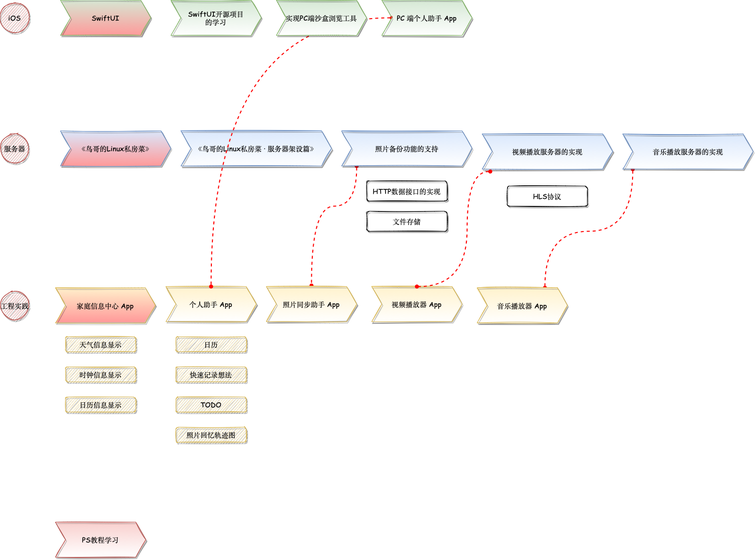
Earlier version of the draw.io export road_map.drawio.png (fengtianyu-yolo/MagicBox). Source tidied: cells renumbered, new cells last; positions are measured from the earlier drawing's top-left corner, leaving out a move shared by most shapes.
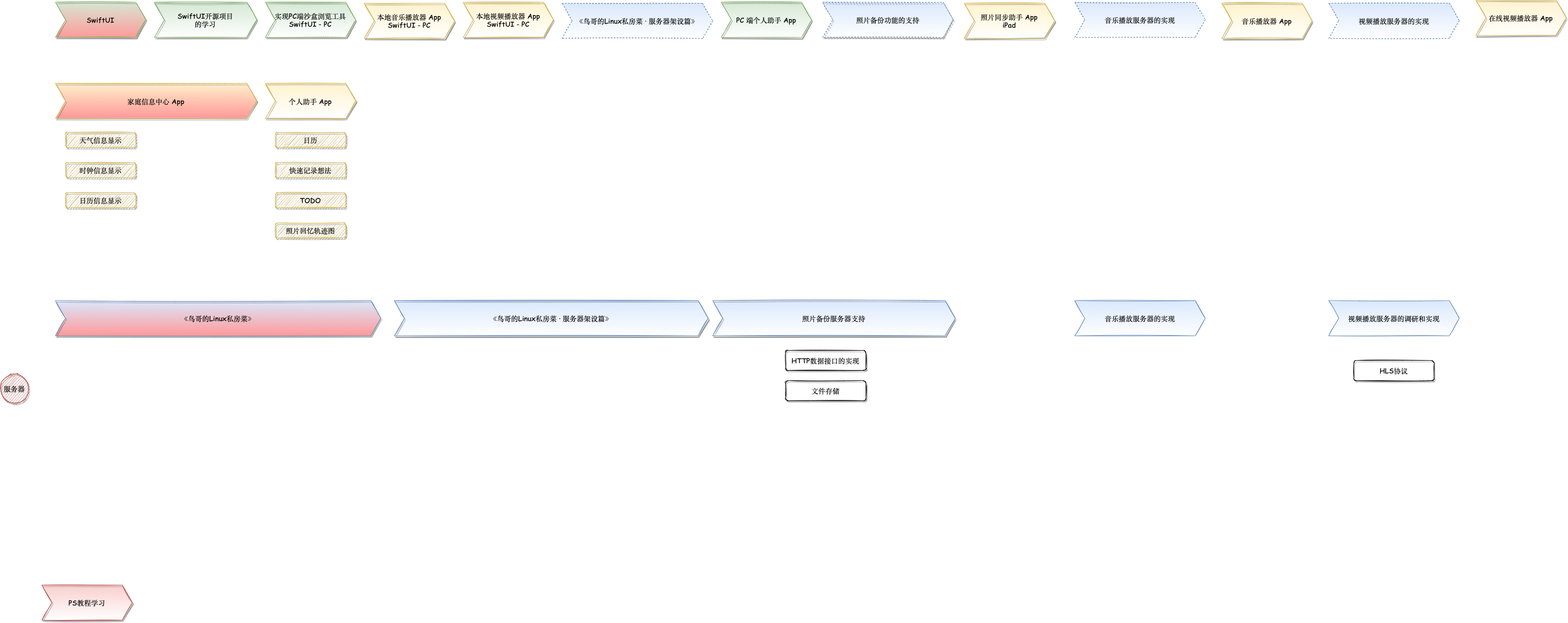
Later version of the same file.

The edit, as a diff of the source:
```diff
@@ -3,115 +3,100 @@
     <mxCell id="0" />
     <mxCell id="1" parent="0" />
     <mxCell id="2" value="SwiftUI" style="shape=step;perimeter=stepPerimeter;whiteSpace=wrap;html=1;fixedSize=1;fontFamily=Comic Sans MS;fillColor=#d5e8d4;strokeColor=#82b366;shadow=1;sketch=1;rounded=0;gradientColor=#FF9999;fontSize=14;labelBackgroundColor=none;labelBorderColor=none;" parent="1" vertex="1">
-      <mxGeometry x="120" width="180" height="70" as="geometry" />
+      <mxGeometry x="110" y="204" width="180" height="70" as="geometry" />
     </mxCell>
     <mxCell id="3" value="《鸟哥的Linux私房菜》" style="shape=step;perimeter=stepPerimeter;whiteSpace=wrap;html=1;fixedSize=1;fontFamily=Comic Sans MS;fillColor=#dae8fc;strokeColor=#6c8ebf;shadow=1;sketch=1;rounded=0;gradientColor=#FF9999;fontSize=14;" parent="1" vertex="1">
-      <mxGeometry x="120" y="260" width="220" height="70" as="geometry" />
+      <mxGeometry x="110" y="798" width="648" height="70" as="geometry" />
     </mxCell>
     <mxCell id="4" value="《鸟哥的Linux私房菜 · 服务器架设篇》" style="shape=step;perimeter=stepPerimeter;whiteSpace=wrap;html=1;fixedSize=1;fontFamily=Comic Sans MS;fillColor=#dae8fc;strokeColor=#6c8ebf;shadow=1;sketch=1;rounded=0;gradientColor=#ffffff;fontSize=14;" parent="1" vertex="1">
-      <mxGeometry x="360" y="260" width="300" height="70" as="geometry" />
+      <mxGeometry x="785" y="798" width="625" height="70" as="geometry" />
     </mxCell>
     <mxCell id="5" value="家庭信息中心 App" style="shape=step;perimeter=stepPerimeter;whiteSpace=wrap;html=1;fixedSize=1;fontFamily=Comic Sans MS;fillColor=#fff2cc;strokeColor=#d6b656;shadow=1;sketch=1;rounded=0;fontSize=14;gradientColor=#FF9999;" parent="1" vertex="1">
-      <mxGeometry x="110" y="572.5" width="199" height="70" as="geometry" />
+      <mxGeometry x="110" y="365.5" width="401" height="70" as="geometry" />
     </mxCell>
-    <mxCell id="6" value="工程实践" style="ellipse;whiteSpace=wrap;html=1;rounded=0;shadow=1;sketch=1;fontFamily=Comic Sans MS;fontSize=14;fillColor=#f8cecc;strokeColor=#b85450;" parent="1" vertex="1">
-      <mxGeometry y="578.8" width="57.5" height="57.5" as="geometry" />
-    </mxCell>
     <mxCell id="7" value="个人助手 App" style="shape=step;perimeter=stepPerimeter;whiteSpace=wrap;html=1;fixedSize=1;fontFamily=Comic Sans MS;fillColor=#fff2cc;strokeColor=#d6b656;shadow=1;sketch=1;rounded=0;fontSize=14;gradientColor=#ffffff;" parent="1" vertex="1">
-      <mxGeometry x="330" y="570" width="180" height="70" as="geometry" />
+      <mxGeometry x="528" y="365.5" width="180" height="70" as="geometry" />
     </mxCell>
     <mxCell id="8" value="服务器" style="ellipse;whiteSpace=wrap;html=1;rounded=0;shadow=1;sketch=1;fontFamily=Comic Sans MS;fontSize=14;fillColor=#f8cecc;strokeColor=#b85450;" parent="1" vertex="1">
-      <mxGeometry y="266.2" width="57.5" height="57.5" as="geometry" />
+      <mxGeometry y="944.2" width="57.5" height="57.5" as="geometry" />
     </mxCell>
-    <mxCell id="9" value="iOS" style="ellipse;whiteSpace=wrap;html=1;rounded=0;shadow=1;sketch=1;fontFamily=Comic Sans MS;fontSize=14;fillColor=#f8cecc;strokeColor=#b85450;" parent="1" vertex="1">
-      <mxGeometry y="6.2" width="57.5" height="57.5" as="geometry" />
-    </mxCell>
-    <mxCell id="10" style="edgeStyle=orthogonalEdgeStyle;rounded=0;jettySize=auto;html=1;fontFamily=Comic Sans MS;fontSize=14;curved=1;endArrow=oval;endFill=1;startArrow=oval;startFill=1;targetPerimeterSpacing=2;dashed=1;strokeWidth=2;strokeColor=#FF0000;" parent="1" edge="1" source="11" target="12">
-      <mxGeometry relative="1" as="geometry">
-        <Array as="points">
-          <mxPoint x="710" y="410" />
-          <mxPoint x="620" y="410" />
-        </Array>
-      </mxGeometry>
-    </mxCell>
-    <mxCell id="11" value="照片备份功能的支持" style="shape=step;perimeter=stepPerimeter;whiteSpace=wrap;html=1;fixedSize=1;fontFamily=Comic Sans MS;fillColor=#dae8fc;strokeColor=#6c8ebf;shadow=1;sketch=1;rounded=0;gradientColor=#ffffff;fontSize=14;" parent="1" vertex="1">
-      <mxGeometry x="680" y="260" width="260" height="70" as="geometry" />
+    <mxCell id="11" value="照片备份功能的支持" style="shape=step;perimeter=stepPerimeter;whiteSpace=wrap;html=1;fixedSize=1;fontFamily=Comic Sans MS;fillColor=#dae8fc;strokeColor=#6c8ebf;shadow=1;sketch=1;rounded=0;gradientColor=#ffffff;fontSize=14;dashed=1;" parent="1" vertex="1">
+      <mxGeometry x="1638" y="204" width="260" height="70" as="geometry" />
     </mxCell>
-    <mxCell id="12" value="照片同步助手 App" style="shape=step;perimeter=stepPerimeter;whiteSpace=wrap;html=1;fixedSize=1;fontFamily=Comic Sans MS;fillColor=#fff2cc;strokeColor=#d6b656;shadow=1;sketch=1;rounded=0;fontSize=14;gradientColor=#ffffff;" parent="1" vertex="1">
-      <mxGeometry x="530" y="570" width="180" height="70" as="geometry" />
+    <mxCell id="12" value="照片同步助手 App&lt;br&gt;iPad" style="shape=step;perimeter=stepPerimeter;whiteSpace=wrap;html=1;fixedSize=1;fontFamily=Comic Sans MS;fillColor=#fff2cc;strokeColor=#d6b656;shadow=1;sketch=1;rounded=0;fontSize=14;gradientColor=#ffffff;" parent="1" vertex="1">
+      <mxGeometry x="1920" y="206" width="180" height="70" as="geometry" />
     </mxCell>
     <mxCell id="13" value="文件存储" style="rounded=1;whiteSpace=wrap;html=1;shadow=1;glass=0;sketch=1;fontFamily=Comic Sans MS;fontSize=14;gradientColor=#ffffff;" parent="1" vertex="1">
-      <mxGeometry x="730" y="420" width="160" height="40" as="geometry" />
+      <mxGeometry x="1564" y="957" width="160" height="40" as="geometry" />
     </mxCell>
     <mxCell id="14" value="HTTP数据接口的实现" style="rounded=1;whiteSpace=wrap;html=1;shadow=1;glass=0;sketch=1;fontFamily=Comic Sans MS;fontSize=14;gradientColor=#ffffff;" parent="1" vertex="1">
-      <mxGeometry x="730" y="360" width="160" height="40" as="geometry" />
+      <mxGeometry x="1564" y="897" width="160" height="40" as="geometry" />
     </mxCell>
-    <mxCell id="15" value="视频播放服务器的实现" style="shape=step;perimeter=stepPerimeter;whiteSpace=wrap;html=1;fixedSize=1;fontFamily=Comic Sans MS;fillColor=#dae8fc;strokeColor=#6c8ebf;shadow=1;sketch=1;rounded=0;gradientColor=#ffffff;fontSize=14;" parent="1" vertex="1">
-      <mxGeometry x="960" y="266.2" width="260" height="70" as="geometry" />
+    <mxCell id="15" value="视频播放服务器的实现" style="shape=step;perimeter=stepPerimeter;whiteSpace=wrap;html=1;fixedSize=1;fontFamily=Comic Sans MS;fillColor=#dae8fc;strokeColor=#6c8ebf;shadow=0;sketch=1;rounded=0;gradientColor=#ffffff;fontSize=14;dashed=1;" parent="1" vertex="1">
+      <mxGeometry x="2646" y="206" width="260" height="70" as="geometry" />
     </mxCell>
     <mxCell id="16" value="HLS协议" style="rounded=1;whiteSpace=wrap;html=1;shadow=1;glass=0;sketch=1;fontFamily=Comic Sans MS;fontSize=14;gradientColor=#ffffff;" parent="1" vertex="1">
-      <mxGeometry x="1010" y="370" width="160" height="40" as="geometry" />
+      <mxGeometry x="2696" y="917" width="160" height="40" as="geometry" />
     </mxCell>
     <mxCell id="17" value="天气信息显示" style="rounded=1;whiteSpace=wrap;html=1;shadow=1;glass=0;sketch=1;fontFamily=Comic Sans MS;fontSize=14;fillColor=#fff2cc;strokeColor=#d6b656;" parent="1" vertex="1">
-      <mxGeometry x="130" y="670" width="140" height="30" as="geometry" />
+      <mxGeometry x="130" y="463" width="140" height="30" as="geometry" />
     </mxCell>
     <mxCell id="18" value="时钟信息显示" style="rounded=1;whiteSpace=wrap;html=1;shadow=1;glass=0;sketch=1;fontFamily=Comic Sans MS;fontSize=14;fillColor=#fff2cc;strokeColor=#d6b656;" parent="1" vertex="1">
-      <mxGeometry x="130" y="730" width="140" height="30" as="geometry" />
+      <mxGeometry x="130" y="523" width="140" height="30" as="geometry" />
     </mxCell>
     <mxCell id="19" value="日历信息显示" style="rounded=1;whiteSpace=wrap;html=1;shadow=1;glass=0;sketch=1;fontFamily=Comic Sans MS;fontSize=14;fillColor=#fff2cc;strokeColor=#d6b656;" parent="1" vertex="1">
-      <mxGeometry x="130" y="790" width="140" height="30" as="geometry" />
+      <mxGeometry x="130" y="583" width="140" height="30" as="geometry" />
     </mxCell>
     <mxCell id="20" value="日历" style="rounded=1;whiteSpace=wrap;html=1;shadow=1;glass=0;sketch=1;fontFamily=Comic Sans MS;fontSize=14;fillColor=#fff2cc;strokeColor=#d6b656;" parent="1" vertex="1">
-      <mxGeometry x="350" y="670" width="140" height="30" as="geometry" />
+      <mxGeometry x="548" y="463" width="140" height="30" as="geometry" />
     </mxCell>
     <mxCell id="21" value="快速记录想法" style="rounded=1;whiteSpace=wrap;html=1;shadow=1;glass=0;sketch=1;fontFamily=Comic Sans MS;fontSize=14;fillColor=#fff2cc;strokeColor=#d6b656;" parent="1" vertex="1">
-      <mxGeometry x="350" y="730" width="140" height="30" as="geometry" />
+      <mxGeometry x="548" y="523" width="140" height="30" as="geometry" />
     </mxCell>
     <mxCell id="22" value="TODO" style="rounded=1;whiteSpace=wrap;html=1;shadow=1;glass=0;sketch=1;fontFamily=Comic Sans MS;fontSize=14;fillColor=#fff2cc;strokeColor=#d6b656;" parent="1" vertex="1">
-      <mxGeometry x="350" y="790" width="140" height="30" as="geometry" />
+      <mxGeometry x="548" y="583" width="140" height="30" as="geometry" />
     </mxCell>
     <mxCell id="23" value="照片回忆轨迹图" style="rounded=1;whiteSpace=wrap;html=1;shadow=1;glass=0;sketch=1;fontFamily=Comic Sans MS;fontSize=14;fillColor=#fff2cc;strokeColor=#d6b656;" parent="1" vertex="1">
-      <mxGeometry x="350" y="850" width="140" height="30" as="geometry" />
+      <mxGeometry x="548" y="643" width="140" height="30" as="geometry" />
     </mxCell>
-    <mxCell id="24" value="视频播放器 App" style="shape=step;perimeter=stepPerimeter;whiteSpace=wrap;html=1;fixedSize=1;fontFamily=Comic Sans MS;fillColor=#fff2cc;strokeColor=#d6b656;shadow=1;sketch=1;rounded=0;fontSize=14;gradientColor=#ffffff;" parent="1" vertex="1">
-      <mxGeometry x="740" y="570" width="180" height="70" as="geometry" />
+    <mxCell id="24" value="在线视频播放器 App" style="shape=step;perimeter=stepPerimeter;whiteSpace=wrap;html=1;fixedSize=1;fontFamily=Comic Sans MS;fillColor=#fff2cc;strokeColor=#d6b656;shadow=1;sketch=1;rounded=0;fontSize=14;gradientColor=#ffffff;" parent="1" vertex="1">
+      <mxGeometry x="2939" y="200" width="180" height="70" as="geometry" />
     </mxCell>
-    <mxCell id="25" style="edgeStyle=orthogonalEdgeStyle;rounded=0;jettySize=auto;html=1;fontFamily=Comic Sans MS;fontSize=14;curved=1;endArrow=oval;endFill=1;startArrow=oval;startFill=1;targetPerimeterSpacing=2;dashed=1;strokeWidth=2;strokeColor=#FF0000;entryX=0.5;entryY=0;entryDx=0;entryDy=0;exitX=0.062;exitY=1.068;exitDx=0;exitDy=0;exitPerimeter=0;" parent="1" edge="1" source="15" target="24">
-      <mxGeometry relative="1" as="geometry">
-        <Array as="points">
-          <mxPoint x="930" y="341" />
-          <mxPoint x="930" y="570" />
-        </Array>
-      </mxGeometry>
-    </mxCell>
-    <mxCell id="26" style="edgeStyle=orthogonalEdgeStyle;curved=1;rounded=0;jettySize=auto;html=1;entryX=0.5;entryY=0;entryDx=0;entryDy=0;dashed=1;fontFamily=Comic Sans MS;fontSize=14;startArrow=oval;startFill=1;endArrow=oval;endFill=1;targetPerimeterSpacing=2;strokeColor=#FF0000;strokeWidth=2;" parent="1" edge="1" source="27" target="7">
-      <mxGeometry relative="1" as="geometry" />
-    </mxCell>
     <mxCell id="27" value="PC 端个人助手 App" style="shape=step;perimeter=stepPerimeter;whiteSpace=wrap;html=1;fixedSize=1;fontFamily=Comic Sans MS;fillColor=#d5e8d4;strokeColor=#82b366;shadow=1;sketch=1;rounded=0;gradientColor=#ffffff;fontSize=14;" parent="1" vertex="1">
-      <mxGeometry x="760" width="180" height="70" as="geometry" />
+      <mxGeometry x="1436" y="204" width="180" height="70" as="geometry" />
     </mxCell>
-    <mxCell id="28" style="edgeStyle=orthogonalEdgeStyle;curved=1;rounded=0;jettySize=auto;html=1;entryX=0.75;entryY=0;entryDx=0;entryDy=0;dashed=1;fontFamily=Comic Sans MS;fontSize=14;startArrow=oval;startFill=1;endArrow=oval;endFill=1;targetPerimeterSpacing=2;strokeColor=#FF0000;strokeWidth=2;" parent="1" edge="1" source="29" target="30">
-      <mxGeometry relative="1" as="geometry">
-        <Array as="points">
-          <mxPoint x="1260" y="460" />
-          <mxPoint x="1085" y="460" />
-        </Array>
-      </mxGeometry>
-    </mxCell>
-    <mxCell id="29" value="音乐播放服务器的实现" style="shape=step;perimeter=stepPerimeter;whiteSpace=wrap;html=1;fixedSize=1;fontFamily=Comic Sans MS;fillColor=#dae8fc;strokeColor=#6c8ebf;shadow=1;sketch=1;rounded=0;gradientColor=#ffffff;fontSize=14;" parent="1" vertex="1">
-      <mxGeometry x="1240" y="266.2" width="260" height="70" as="geometry" />
+    <mxCell id="29" value="音乐播放服务器的实现" style="shape=step;perimeter=stepPerimeter;whiteSpace=wrap;html=1;fixedSize=1;fontFamily=Comic Sans MS;fillColor=#dae8fc;strokeColor=#6c8ebf;shadow=0;sketch=1;rounded=0;gradientColor=#ffffff;fontSize=14;dashed=1;" parent="1" vertex="1">
+      <mxGeometry x="2140" y="204" width="260" height="70" as="geometry" />
     </mxCell>
     <mxCell id="30" value="音乐播放器 App" style="shape=step;perimeter=stepPerimeter;whiteSpace=wrap;html=1;fixedSize=1;fontFamily=Comic Sans MS;fillColor=#fff2cc;strokeColor=#d6b656;shadow=1;sketch=1;rounded=0;fontSize=14;gradientColor=#ffffff;" parent="1" vertex="1">
-      <mxGeometry x="950" y="572.5" width="180" height="70" as="geometry" />
+      <mxGeometry x="2433" y="206" width="180" height="70" as="geometry" />
     </mxCell>
     <mxCell id="31" value="PS教程学习" style="shape=step;perimeter=stepPerimeter;whiteSpace=wrap;html=1;fixedSize=1;fontFamily=Comic Sans MS;fillColor=#f8cecc;strokeColor=#b85450;shadow=1;sketch=1;rounded=0;fontSize=14;gradientColor=#ffffff;" parent="1" vertex="1">
-      <mxGeometry x="110" y="1039" width="180" height="70" as="geometry" />
+      <mxGeometry x="83" y="1364" width="180" height="70" as="geometry" />
     </mxCell>
     <mxCell id="32" value="SwiftUI开源项目&lt;br&gt;的学习" style="shape=step;perimeter=stepPerimeter;whiteSpace=wrap;html=1;fixedSize=1;fontFamily=Comic Sans MS;fillColor=#d5e8d4;strokeColor=#82b366;shadow=1;sketch=1;rounded=0;gradientColor=#ffffff;fontSize=14;" parent="1" vertex="1">
-      <mxGeometry x="340" width="180" height="70" as="geometry" />
+      <mxGeometry x="307" y="204" width="204" height="70" as="geometry" />
     </mxCell>
-    <mxCell id="33" value="实现PC端沙盒浏览工具" style="shape=step;perimeter=stepPerimeter;whiteSpace=wrap;html=1;fixedSize=1;fontFamily=Comic Sans MS;fillColor=#d5e8d4;strokeColor=#82b366;shadow=1;sketch=1;rounded=0;gradientColor=#ffffff;fontSize=14;" parent="1" vertex="1">
-      <mxGeometry x="550" width="180" height="70" as="geometry" />
+    <mxCell id="33" value="实现PC端沙盒浏览工具&lt;br&gt;SwiftUI - PC" style="shape=step;perimeter=stepPerimeter;whiteSpace=wrap;html=1;fixedSize=1;fontFamily=Comic Sans MS;fillColor=#d5e8d4;strokeColor=#82b366;shadow=1;sketch=1;rounded=0;gradientColor=#ffffff;fontSize=14;" parent="1" vertex="1">
+      <mxGeometry x="528" y="204" width="180" height="70" as="geometry" />
     </mxCell>
+    <mxCell id="34" value="本地音乐播放器 App&lt;br&gt;SwiftUI - PC" style="shape=step;perimeter=stepPerimeter;whiteSpace=wrap;html=1;fixedSize=1;fontFamily=Comic Sans MS;fillColor=#fff2cc;strokeColor=#d6b656;shadow=1;sketch=1;rounded=0;fontSize=14;gradientColor=#ffffff;" parent="1" vertex="1">
+      <mxGeometry x="725" y="206" width="180" height="70" as="geometry" />
+    </mxCell>
+    <mxCell id="35" value="本地视频播放器 App&lt;br&gt;SwiftUI - PC" style="shape=step;perimeter=stepPerimeter;whiteSpace=wrap;html=1;fixedSize=1;fontFamily=Comic Sans MS;fillColor=#fff2cc;strokeColor=#d6b656;shadow=1;sketch=1;rounded=0;fontSize=14;gradientColor=#ffffff;" parent="1" vertex="1">
+      <mxGeometry x="922" y="204" width="180" height="70" as="geometry" />
+    </mxCell>
+    <mxCell id="36" value="《鸟哥的Linux私房菜 · 服务器架设篇》" style="shape=step;perimeter=stepPerimeter;whiteSpace=wrap;html=1;fixedSize=1;fontFamily=Comic Sans MS;fillColor=#dae8fc;strokeColor=#6c8ebf;shadow=0;sketch=1;rounded=0;gradientColor=#ffffff;fontSize=14;dashed=1;" parent="1" vertex="1">
+      <mxGeometry x="1119" y="206" width="300" height="70" as="geometry" />
+    </mxCell>
+    <mxCell id="37" value="照片备份服务器支持" style="shape=step;perimeter=stepPerimeter;whiteSpace=wrap;html=1;fixedSize=1;fontFamily=Comic Sans MS;fillColor=#dae8fc;strokeColor=#6c8ebf;shadow=1;sketch=1;rounded=0;gradientColor=#ffffff;fontSize=14;" parent="1" vertex="1">
+      <mxGeometry x="1419" y="798" width="483" height="70" as="geometry" />
+    </mxCell>
+    <mxCell id="38" value="音乐播放服务器的实现" style="shape=step;perimeter=stepPerimeter;whiteSpace=wrap;html=1;fixedSize=1;fontFamily=Comic Sans MS;fillColor=#dae8fc;strokeColor=#6c8ebf;shadow=0;sketch=1;rounded=0;gradientColor=#ffffff;fontSize=14;" parent="1" vertex="1">
+      <mxGeometry x="2140" y="798" width="260" height="70" as="geometry" />
+    </mxCell>
+    <mxCell id="39" value="视频播放服务器的调研和实现" style="shape=step;perimeter=stepPerimeter;whiteSpace=wrap;html=1;fixedSize=1;fontFamily=Comic Sans MS;fillColor=#dae8fc;strokeColor=#6c8ebf;shadow=0;sketch=1;rounded=0;gradientColor=#ffffff;fontSize=14;" parent="1" vertex="1">
+      <mxGeometry x="2646" y="798" width="260" height="70" as="geometry" />
+    </mxCell>
   </root>
 </mxGraphModel>
```
